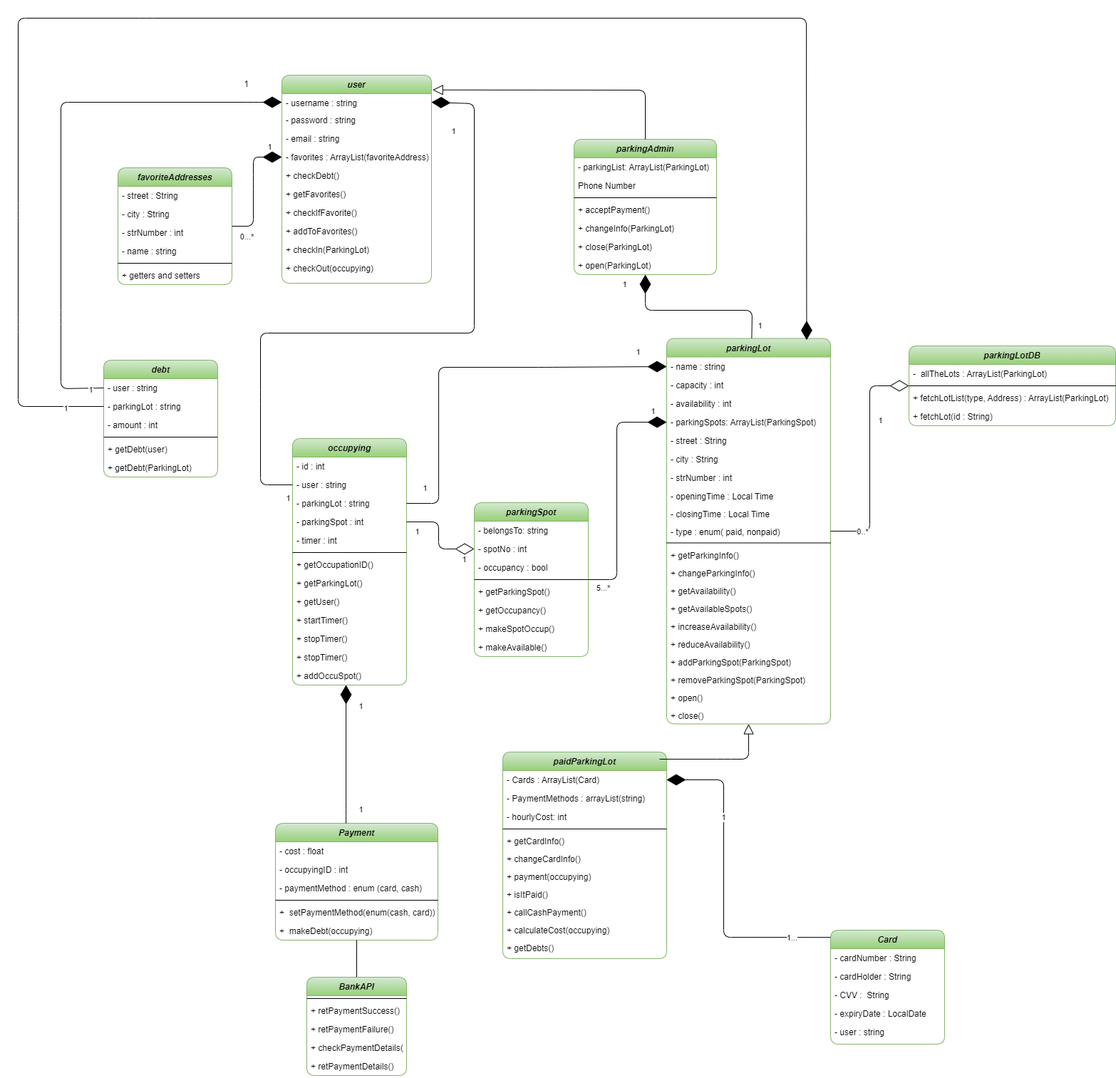
Earlier version of the draw.io export Dimitra/diagrams/ClassDiagram.png (DimitrisDemos/projectSoftTech). Source tidied: cells renumbered, new cells last; positions are measured from the earlier drawing's top-left corner, leaving out a move shared by most shapes.
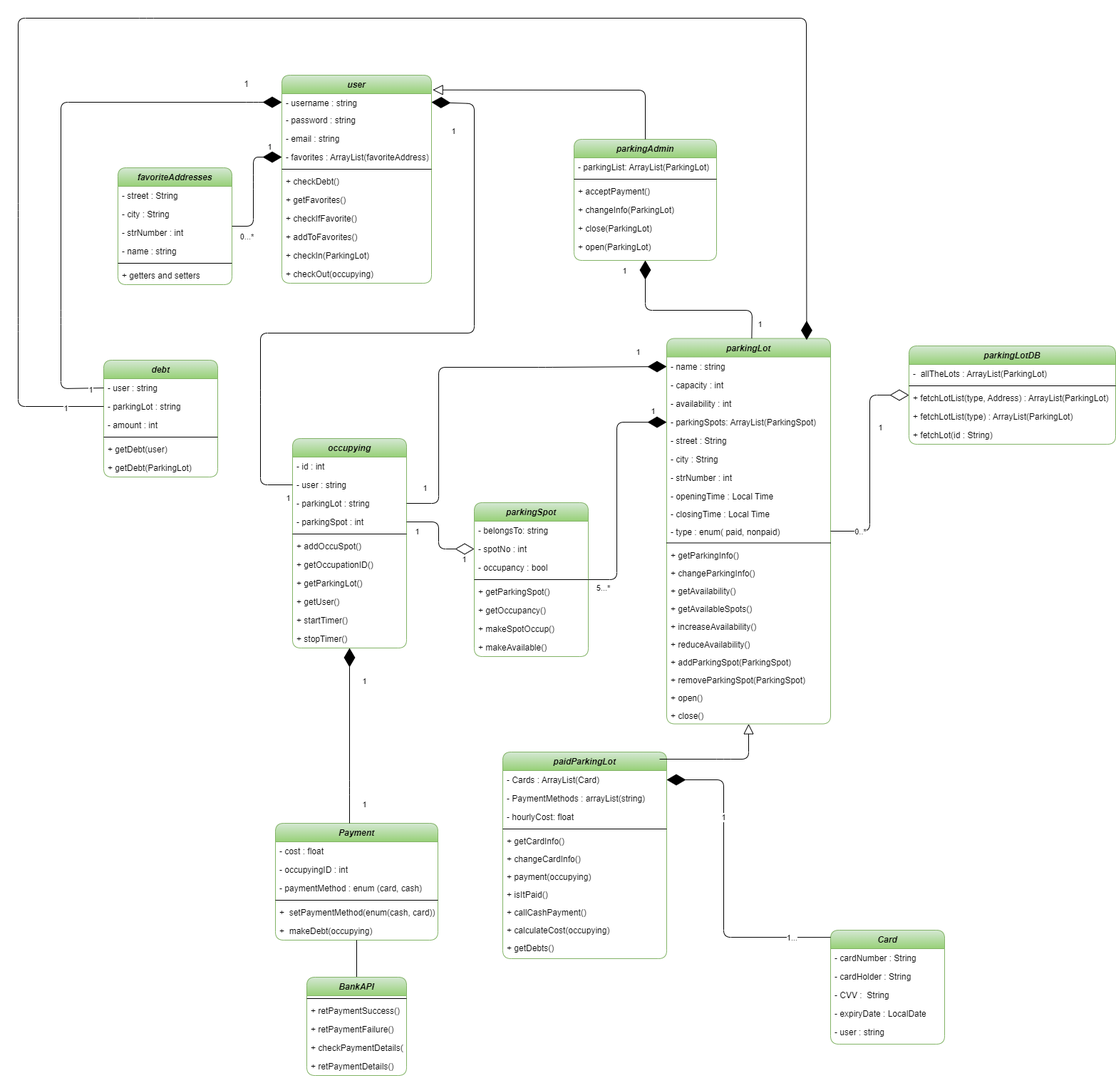
Later version of the same file.

Change to the diagram source:
```diff
@@ -90,7 +90,7 @@
       <mxGeometry y="138" width="160" height="26" as="geometry" />
     </mxCell>
     <mxCell id="31" value="occupying" style="swimlane;fontStyle=3;align=center;verticalAlign=top;horizontal=1;startSize=26;rounded=1;shadow=0;strokeWidth=1;fillColor=#d5e8d4;gradientColor=#97d077;strokeColor=#82b366;" parent="1" vertex="1">
-      <mxGeometry x="385" y="590" width="160" height="346" as="geometry" />
+      <mxGeometry x="385" y="590" width="160" height="294" as="geometry" />
     </mxCell>
     <mxCell id="32" value="- id : int" style="text;align=left;verticalAlign=top;spacingLeft=4;spacingRight=4;overflow=hidden;" parent="31" vertex="1">
       <mxGeometry y="26" width="160" height="26" as="geometry" />
@@ -104,12 +104,12 @@
     <mxCell id="35" value="- parkingSpot : int" style="text;align=left;verticalAlign=top;spacingLeft=4;spacingRight=4;overflow=hidden;points=[[0,0.5],[1,0.5]];portConstraint=eastwest;rounded=0;shadow=0;html=0;" parent="31" vertex="1">
       <mxGeometry y="104" width="160" height="26" as="geometry" />
     </mxCell>
-    <mxCell id="36" value="- timer : int" style="text;align=left;verticalAlign=top;spacingLeft=4;spacingRight=4;overflow=hidden;rounded=0;shadow=0;html=0;" parent="31" vertex="1">
-      <mxGeometry y="130" width="160" height="26" as="geometry" />
-    </mxCell>
     <mxCell id="37" style="line;html=1;strokeWidth=1;align=left;verticalAlign=middle;spacingTop=-1;spacingLeft=3;spacingRight=3;labelPosition=right;" parent="31" vertex="1">
-      <mxGeometry y="156" width="160" height="8" as="geometry" />
+      <mxGeometry y="130" width="160" height="8" as="geometry" />
     </mxCell>
+    <mxCell id="44" value="+ addOccuSpot()" style="text;align=left;verticalAlign=top;spacingLeft=4;spacingRight=4;overflow=hidden;points=[[0,0.5],[1,0.5]];portConstraint=eastwest;" parent="31" vertex="1">
+      <mxGeometry y="138" width="160" height="26" as="geometry" />
+    </mxCell>
     <mxCell id="38" value="+ getOccupationID()" style="text;align=left;verticalAlign=top;spacingLeft=4;spacingRight=4;overflow=hidden;" parent="31" vertex="1">
       <mxGeometry y="164" width="160" height="26" as="geometry" />
     </mxCell>
@@ -125,12 +125,6 @@
     <mxCell id="42" value="+ stopTimer()" style="text;align=left;verticalAlign=top;spacingLeft=4;spacingRight=4;overflow=hidden;" parent="31" vertex="1">
       <mxGeometry y="268" width="160" height="26" as="geometry" />
     </mxCell>
-    <mxCell id="43" value="+ stopTimer()" style="text;align=left;verticalAlign=top;spacingLeft=4;spacingRight=4;overflow=hidden;" parent="31" vertex="1">
-      <mxGeometry y="294" width="160" height="26" as="geometry" />
-    </mxCell>
-    <mxCell id="44" value="+ addOccuSpot()" style="text;align=left;verticalAlign=top;spacingLeft=4;spacingRight=4;overflow=hidden;points=[[0,0.5],[1,0.5]];portConstraint=eastwest;" parent="31" vertex="1">
-      <mxGeometry y="320" width="160" height="26" as="geometry" />
-    </mxCell>
     <mxCell id="45" value="parkingSpot" style="swimlane;fontStyle=3;align=center;verticalAlign=top;horizontal=1;startSize=26;rounded=1;shadow=0;strokeWidth=1;fillColor=#d5e8d4;gradientColor=#97d077;strokeColor=#82b366;" parent="1" vertex="1">
       <mxGeometry x="640" y="680" width="160" height="216" as="geometry" />
     </mxCell>
@@ -180,28 +174,25 @@
       <mxGeometry y="138" width="160" height="26" as="geometry" />
     </mxCell>
     <mxCell id="61" value="parkingAdmin" style="swimlane;fontStyle=3;align=center;verticalAlign=top;horizontal=1;startSize=26;rounded=1;shadow=0;strokeWidth=1;fillColor=#d5e8d4;gradientColor=#97d077;strokeColor=#82b366;" parent="1" vertex="1">
-      <mxGeometry x="780" y="170" width="200" height="190" as="geometry" />
+      <mxGeometry x="780" y="170" width="200" height="170" as="geometry" />
     </mxCell>
     <mxCell id="62" value="- parkingList: ArrayList(ParkingLot)" style="text;align=left;verticalAlign=top;spacingLeft=4;spacingRight=4;overflow=hidden;" parent="61" vertex="1">
       <mxGeometry y="26" width="200" height="26" as="geometry" />
     </mxCell>
-    <mxCell id="63" value="Phone Number" style="text;align=left;verticalAlign=top;spacingLeft=4;spacingRight=4;overflow=hidden;rounded=0;shadow=0;html=0;" parent="61" vertex="1">
-      <mxGeometry y="52" width="200" height="26" as="geometry" />
-    </mxCell>
     <mxCell id="64" style="line;html=1;strokeWidth=1;align=left;verticalAlign=middle;spacingTop=-1;spacingLeft=3;spacingRight=3;labelPosition=right;" parent="61" vertex="1">
-      <mxGeometry y="78" width="200" height="8" as="geometry" />
+      <mxGeometry y="52" width="200" height="8" as="geometry" />
     </mxCell>
     <mxCell id="65" value="+ acceptPayment()" style="text;align=left;verticalAlign=top;spacingLeft=4;spacingRight=4;overflow=hidden;" parent="61" vertex="1">
-      <mxGeometry y="86" width="200" height="26" as="geometry" />
+      <mxGeometry y="60" width="200" height="26" as="geometry" />
     </mxCell>
     <mxCell id="66" value="+ changeInfo(ParkingLot) " style="text;align=left;verticalAlign=top;spacingLeft=4;spacingRight=4;overflow=hidden;" parent="61" vertex="1">
-      <mxGeometry y="112" width="200" height="26" as="geometry" />
+      <mxGeometry y="86" width="200" height="26" as="geometry" />
     </mxCell>
     <mxCell id="67" value="+ close(ParkingLot)" style="text;align=left;verticalAlign=top;spacingLeft=4;spacingRight=4;overflow=hidden;" parent="61" vertex="1">
-      <mxGeometry y="138" width="200" height="26" as="geometry" />
+      <mxGeometry y="112" width="200" height="26" as="geometry" />
     </mxCell>
     <mxCell id="68" value="+ open(ParkingLot)" style="text;align=left;verticalAlign=top;spacingLeft=4;spacingRight=4;overflow=hidden;" parent="61" vertex="1">
-      <mxGeometry y="164" width="200" height="26" as="geometry" />
+      <mxGeometry y="138" width="200" height="26" as="geometry" />
     </mxCell>
     <mxCell id="69" value="user" style="swimlane;fontStyle=3;align=center;verticalAlign=top;horizontal=1;startSize=26;rounded=1;shadow=0;strokeWidth=1;fillColor=#d5e8d4;gradientColor=#97d077;strokeColor=#82b366;" parent="1" vertex="1">
       <mxGeometry x="370" y="80" width="210" height="292" as="geometry" />
@@ -218,23 +209,26 @@
     <mxCell id="73" value="- favorites : ArrayList(favoriteAddress)" style="text;align=left;verticalAlign=top;spacingLeft=4;spacingRight=4;overflow=hidden;points=[[0,0.5],[1,0.5]];portConstraint=eastwest;rounded=0;shadow=0;html=0;" parent="69" vertex="1">
       <mxGeometry y="102" width="210" height="26" as="geometry" />
     </mxCell>
+    <mxCell id="151" style="line;html=1;strokeWidth=1;align=left;verticalAlign=middle;spacingTop=-1;spacingLeft=3;spacingRight=3;labelPosition=right;" parent="69" vertex="1">
+      <mxGeometry y="128" width="210" height="8" as="geometry" />
+    </mxCell>
     <mxCell id="74" value="+ checkDebt()" style="text;align=left;verticalAlign=top;spacingLeft=4;spacingRight=4;overflow=hidden;" parent="69" vertex="1">
-      <mxGeometry y="128" width="210" height="26" as="geometry" />
+      <mxGeometry y="136" width="210" height="26" as="geometry" />
     </mxCell>
     <mxCell id="75" value="+ getFavorites()" style="text;align=left;verticalAlign=top;spacingLeft=4;spacingRight=4;overflow=hidden;" parent="69" vertex="1">
-      <mxGeometry y="154" width="210" height="26" as="geometry" />
+      <mxGeometry y="162" width="210" height="26" as="geometry" />
     </mxCell>
     <mxCell id="76" value="+ checkIfFavorite()" style="text;align=left;verticalAlign=top;spacingLeft=4;spacingRight=4;overflow=hidden;" parent="69" vertex="1">
-      <mxGeometry y="180" width="210" height="26" as="geometry" />
+      <mxGeometry y="188" width="210" height="26" as="geometry" />
     </mxCell>
     <mxCell id="77" value="+ addToFavorites()" style="text;align=left;verticalAlign=top;spacingLeft=4;spacingRight=4;overflow=hidden;" parent="69" vertex="1">
-      <mxGeometry y="206" width="210" height="26" as="geometry" />
+      <mxGeometry y="214" width="210" height="26" as="geometry" />
     </mxCell>
     <mxCell id="78" value="+ checkIn(ParkingLot)" style="text;align=left;verticalAlign=top;spacingLeft=4;spacingRight=4;overflow=hidden;" parent="69" vertex="1">
-      <mxGeometry y="232" width="210" height="26" as="geometry" />
+      <mxGeometry y="240" width="210" height="26" as="geometry" />
     </mxCell>
     <mxCell id="79" value="+ checkOut(occupying)" style="text;align=left;verticalAlign=top;spacingLeft=4;spacingRight=4;overflow=hidden;" parent="69" vertex="1">
-      <mxGeometry y="258" width="210" height="26" as="geometry" />
+      <mxGeometry y="266" width="210" height="26" as="geometry" />
     </mxCell>
     <mxCell id="80" value="paidParkingLot" style="swimlane;fontStyle=3;align=center;verticalAlign=top;horizontal=1;startSize=26;rounded=1;shadow=0;strokeWidth=1;fillColor=#d5e8d4;strokeColor=#82b366;gradientColor=#97d077;" parent="1" vertex="1">
       <mxGeometry x="680" y="1030" width="230" height="290" as="geometry" />
@@ -245,7 +239,7 @@
     <mxCell id="82" value="- PaymentMethods : arrayList(string)" style="text;strokeColor=none;fillColor=none;align=left;verticalAlign=top;spacingLeft=4;spacingRight=4;overflow=hidden;" parent="80" vertex="1">
       <mxGeometry y="52" width="230" height="26" as="geometry" />
     </mxCell>
-    <mxCell id="83" value="- hourlyCost: int" style="text;strokeColor=none;fillColor=none;align=left;verticalAlign=top;spacingLeft=4;spacingRight=4;overflow=hidden;" parent="80" vertex="1">
+    <mxCell id="83" value="- hourlyCost: float" style="text;strokeColor=none;fillColor=none;align=left;verticalAlign=top;spacingLeft=4;spacingRight=4;overflow=hidden;" parent="80" vertex="1">
       <mxGeometry y="78" width="230" height="26" as="geometry" />
     </mxCell>
     <mxCell id="84" style="line;html=1;strokeWidth=1;align=left;verticalAlign=middle;spacingTop=-1;spacingLeft=3;spacingRight=3;labelPosition=right;" parent="80" vertex="1">
@@ -273,7 +267,7 @@
       <mxGeometry y="262" width="230" height="25" as="geometry" />
     </mxCell>
     <mxCell id="92" value="parkingLotDB" style="swimlane;fontStyle=3;horizontal=1;startSize=26;fillColor=#d5e8d4;rounded=1;gradientColor=#97d077;strokeColor=#82b366;" parent="1" vertex="1">
-      <mxGeometry x="1250" y="460" width="290" height="112" as="geometry" />
+      <mxGeometry x="1250" y="460" width="290" height="138" as="geometry" />
     </mxCell>
     <mxCell id="93" value="-  allTheLots : ArrayList(ParkingLot)" style="text;strokeColor=none;fillColor=none;align=left;verticalAlign=top;spacingLeft=4;spacingRight=4;overflow=hidden;" parent="92" vertex="1">
       <mxGeometry y="26" width="290" height="26" as="geometry" />
@@ -284,8 +278,11 @@
     <mxCell id="95" value="+ fetchLotList(type, Address) : ArrayList(ParkingLot)" style="text;strokeColor=none;fillColor=none;align=left;verticalAlign=top;spacingLeft=4;spacingRight=4;overflow=hidden;" parent="92" vertex="1">
       <mxGeometry y="60" width="290" height="26" as="geometry" />
     </mxCell>
+    <mxCell id="152" value="+ fetchLotList(type) : ArrayList(ParkingLot)" style="text;strokeColor=none;fillColor=none;align=left;verticalAlign=top;spacingLeft=4;spacingRight=4;overflow=hidden;" parent="92" vertex="1">
+      <mxGeometry y="86" width="290" height="26" as="geometry" />
+    </mxCell>
     <mxCell id="96" value="+ fetchLot(id : String)" style="text;strokeColor=none;fillColor=none;align=left;verticalAlign=top;spacingLeft=4;spacingRight=4;overflow=hidden;" parent="92" vertex="1">
-      <mxGeometry y="86" width="290" height="26" as="geometry" />
+      <mxGeometry y="112" width="290" height="26" as="geometry" />
     </mxCell>
     <mxCell id="97" value="Payment" style="swimlane;fontStyle=3;horizontal=1;startSize=26;fillColor=#d5e8d4;rounded=1;gradientColor=#97d077;strokeColor=#82b366;" parent="1" vertex="1">
       <mxGeometry x="361" y="1130" width="228" height="164" as="geometry" />
@@ -405,11 +402,11 @@
     <mxCell id="126" value="0..*" style="edgeLabel;html=1;align=center;verticalAlign=middle;" parent="124" vertex="1">
       <mxGeometry x="-0.72" relative="1" as="geometry" />
     </mxCell>
-    <mxCell id="127" style="endArrow=diamondThin;endFill=1;endSize=24;html=1;rounded=1;edgeStyle=orthogonalEdgeStyle;" parent="1" edge="1" source="97" target="44">
+    <mxCell id="127" style="endArrow=diamondThin;endFill=1;endSize=24;html=1;rounded=1;edgeStyle=orthogonalEdgeStyle;" parent="1" edge="1" source="97" target="31">
       <mxGeometry relative="1" as="geometry">
         <Array as="points">
-          <mxPoint x="460" y="1110" />
-          <mxPoint x="460" y="1110" />
+          <mxPoint x="465" y="1080" />
+          <mxPoint x="465" y="1080" />
         </Array>
       </mxGeometry>
     </mxCell>
```
